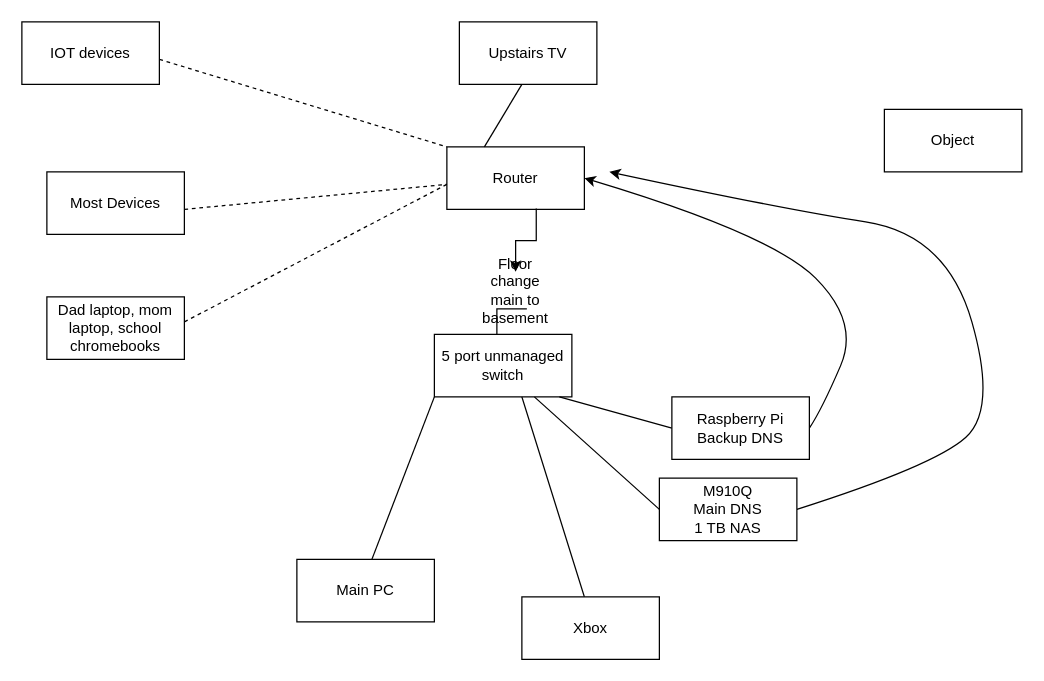
The draw.io diagram Untitled Diagram.drawio in Bamoyski/minirack, before the edit. Source tidied: cells renumbered, new cells numbered last; positions are measured from the earlier drawing's top-left corner, leaving out a move shared by most shapes. Both pictures are drawn from the tidied source at 125%, with x=0, y=0 at pixel (21, 21).
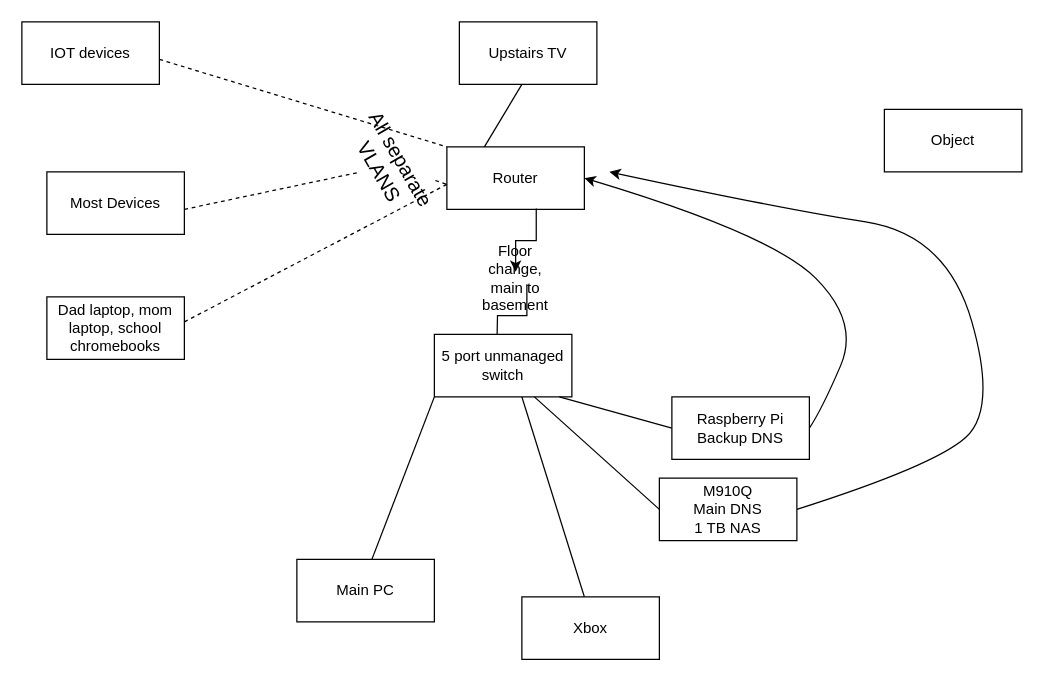
The same diagram, later.

Change to the diagram source:
```diff
@@
-    <mxCell id="13" style="endArrow=none;dashed=1;html=1;rounded=0;" parent="1" edge="1">
+    <mxCell id="13" style="endArrow=none;dashed=1;html=1;rounded=0;" parent="1" edge="1" source="28">
       <mxGeometry relative="1" as="geometry">
-        <mxPoint x="130" y="150" as="sourcePoint" />
         <mxPoint x="340" y="130" as="targetPoint" />
       </mxGeometry>
     </mxCell>
@@
-    <mxCell id="24" value="Floor change&lt;div&gt;main to basement&lt;/div&gt;" style="text;html=1;align=center;verticalAlign=middle;whiteSpace=wrap;rounded=0;" parent="1" vertex="1">
-      <mxGeometry x="365" y="200" width="60" height="30" as="geometry" />
+    <mxCell id="24" value="Floor change, main to basement" style="text;html=1;align=center;verticalAlign=middle;whiteSpace=wrap;rounded=0;" parent="1" vertex="1">
+      <mxGeometry x="365" y="200" width="60" height="10" as="geometry" />
     </mxCell>
@@
+    <mxCell id="27" style="endArrow=none;dashed=1;html=1;rounded=0;" parent="1" edge="1" target="28">
+      <mxGeometry relative="1" as="geometry">
+        <mxPoint x="130" y="150" as="sourcePoint" />
+      </mxGeometry>
+    </mxCell>
+    <mxCell id="28" value="All separate VLANS" style="text;strokeColor=none;align=center;fillColor=none;html=1;verticalAlign=middle;whiteSpace=wrap;rounded=0;fontSize=16;rotation=60;" parent="1" vertex="1">
+      <mxGeometry x="230" y="90" width="130" height="50" as="geometry" />
+    </mxCell>
```
